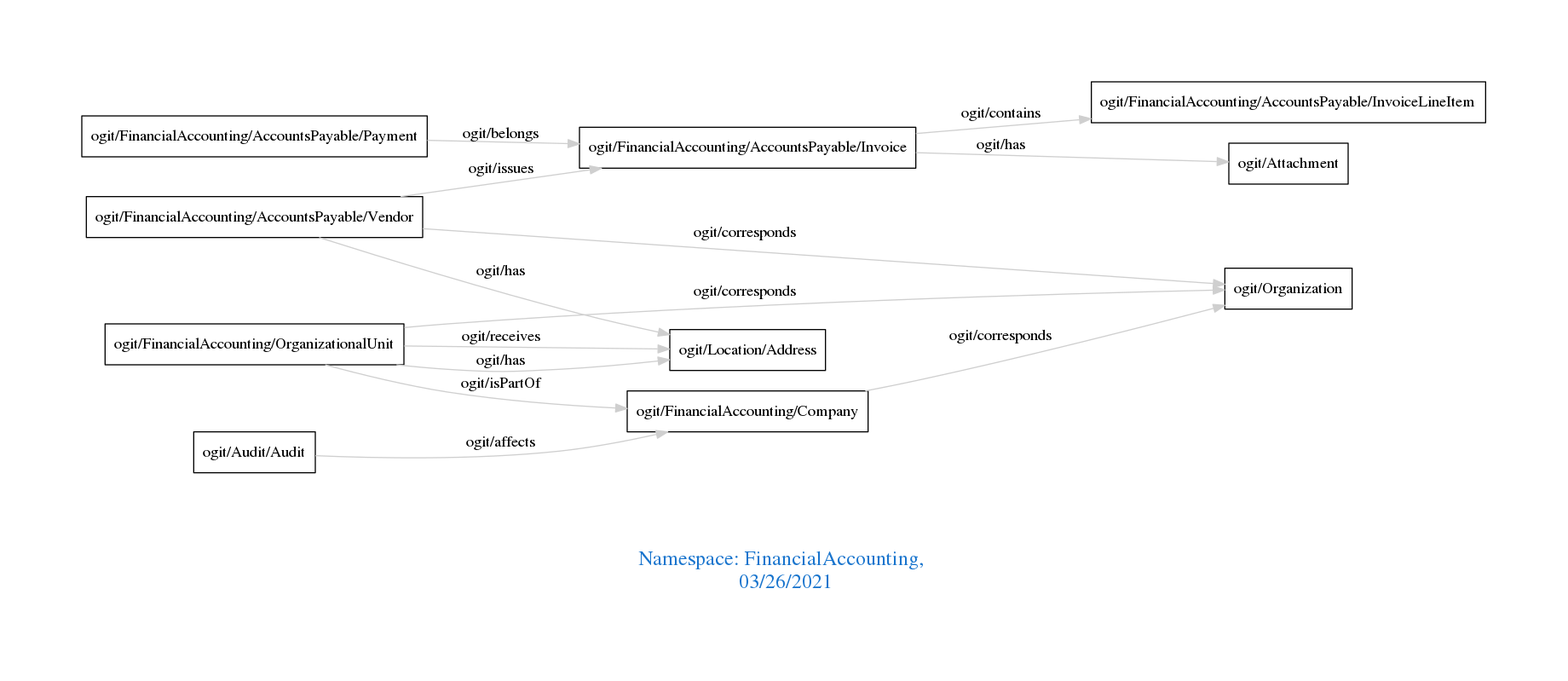
The Graphviz diagram downloads/FinancialAccounting.png in arago/OGIT, before a commit. Its source is kept beside it as downloads/FinancialAccounting.dot.
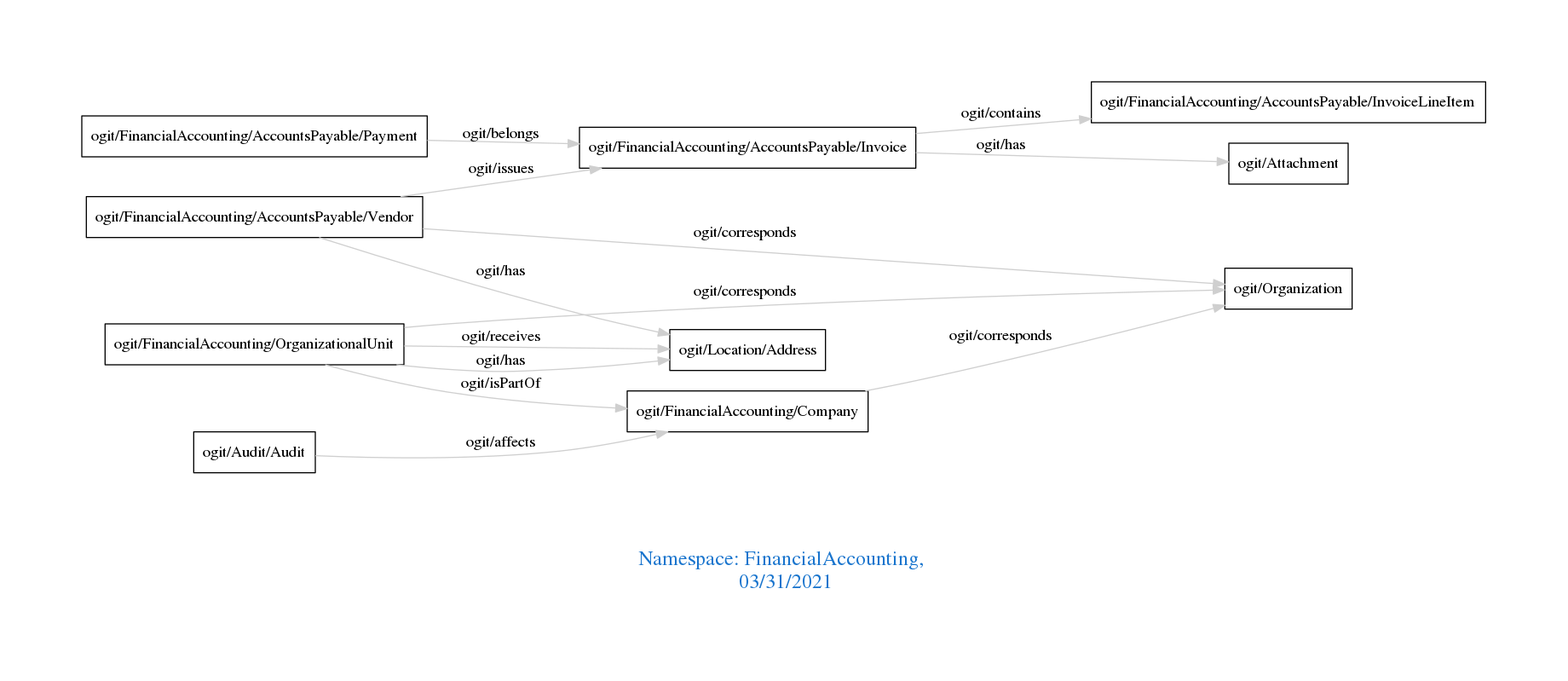
Above is the later version.

Diff of the diagram source:
```diff
@@ -1,7 +1,7 @@
 digraph OGIT_ontology {
  graph [ rankdir= LR,pad=1
 fontsize = 18,
-fontcolor= dodgerblue3,label = "\n\n\nNamespace: FinancialAccounting, \n 03/26/2021"];
+fontcolor= dodgerblue3,label = "\n\n\nNamespace: FinancialAccounting, \n 03/31/2021"];
 node[shape=polygon];
 edge [  color="gray81"];
 
```
